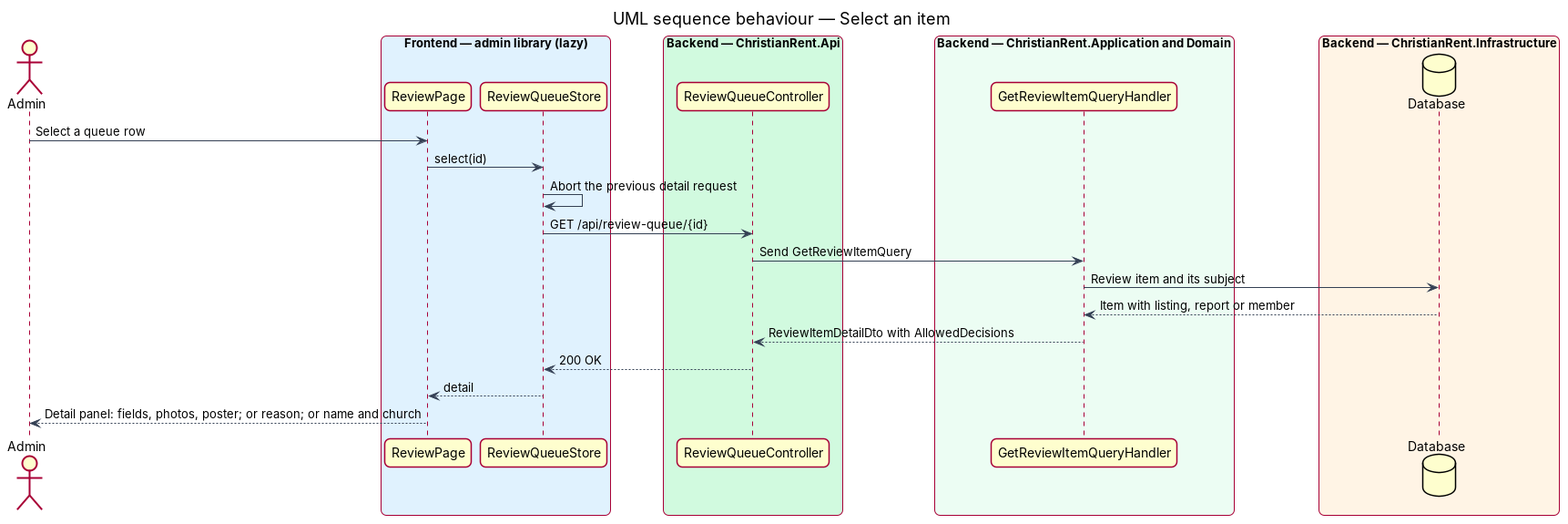
Above: docs/detailed-designs/review/view-review-queue/diagrams/sequence-select-item.png in QuinntyneBrown/christian-rent (PlantUML), before the change. Its source is kept beside it as docs/detailed-designs/review/view-review-queue/diagrams/sequence-select-item.puml.
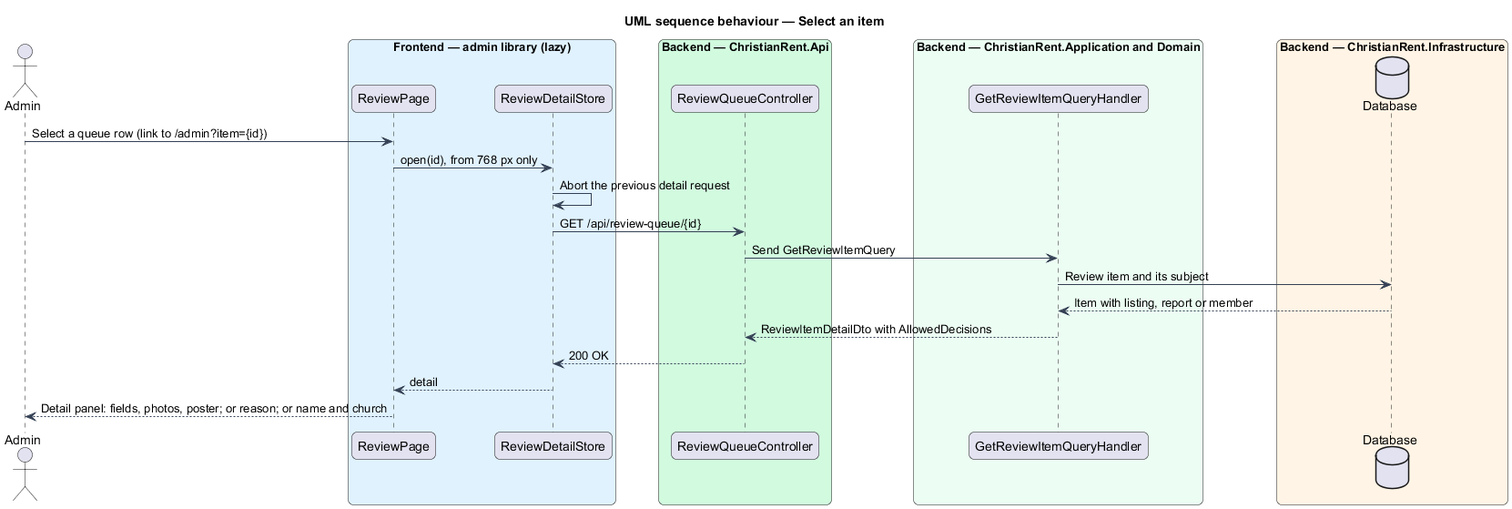
Above is the later version.

What changed in the source:
```diff
@@ -17,7 +17,7 @@
 actor "Admin" as actor
 box "Frontend — admin library (lazy)" #E0F2FE
   participant "ReviewPage" as page
-  participant "ReviewQueueStore" as store
+  participant "ReviewDetailStore" as store
 end box
 box "Backend — ChristianRent.Api" #D1FADF
   participant "ReviewQueueController" as ctrl
@@ -28,8 +28,8 @@
 box "Backend — ChristianRent.Infrastructure" #FFF4E5
   database "Database" as db
 end box
-actor -> page : Select a queue row
-page -> store : select(id)
+actor -> page : Select a queue row (link to /admin?item={id})
+page -> store : open(id), from 768 px only
 store -> store : Abort the previous detail request
 store -> ctrl : GET /api/review-queue/{id}
 ctrl -> handler : Send GetReviewItemQuery
```
